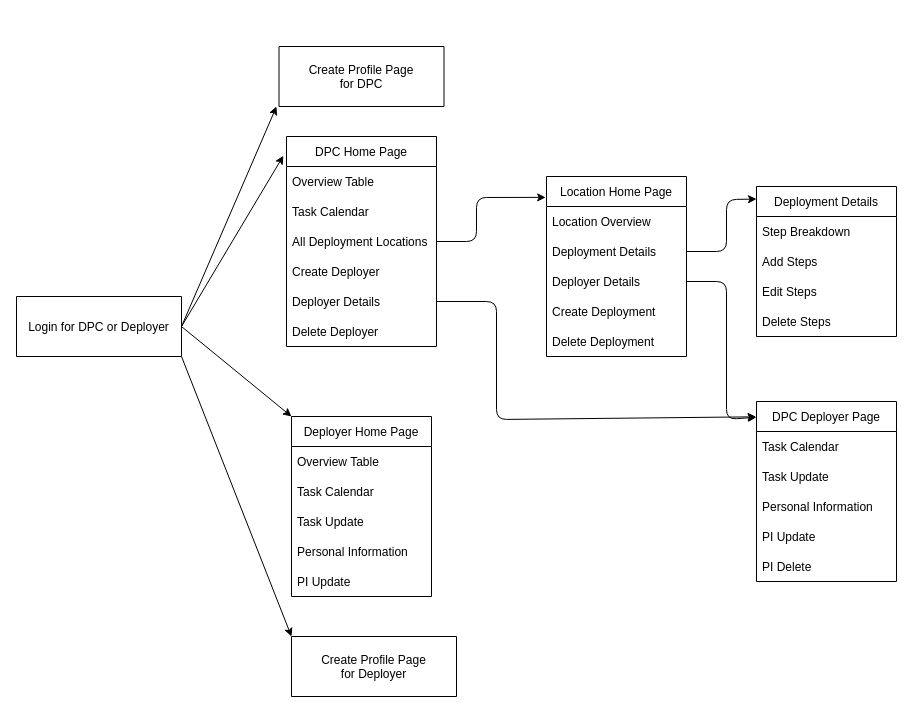
Earlier version of the draw.io diagram Components.drawio (wmalott23/Capstone). Source tidied: cells renumbered, new cells numbered last; positions are measured from the earlier drawing's top-left corner, leaving out a move shared by most shapes. Both pictures are drawn from the tidied source at 100%, with x=0, y=0 at pixel (16, 46).
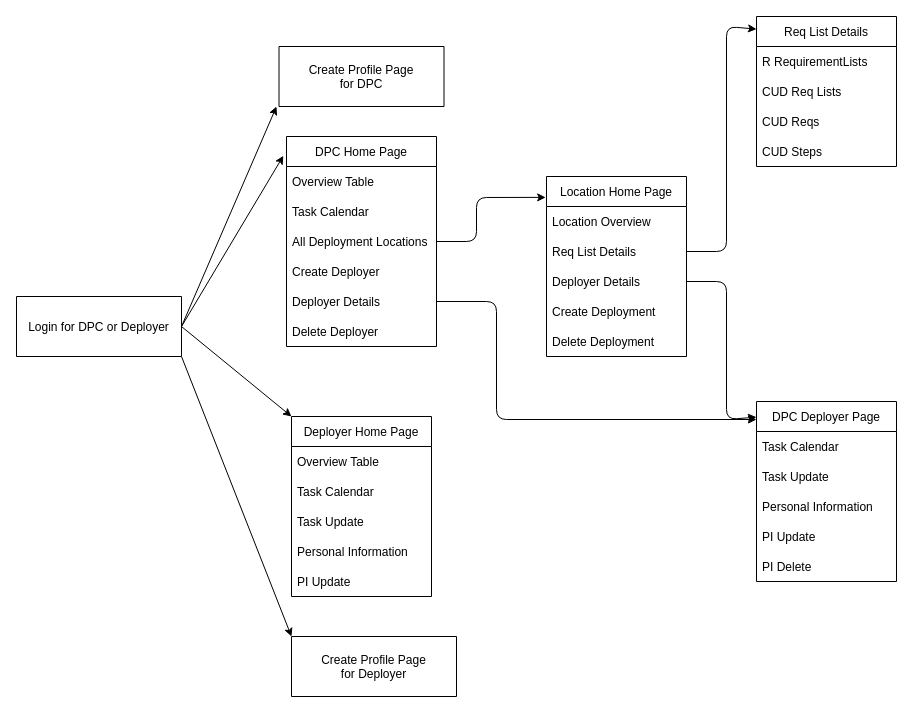
The same page after the edit.

Commit message (it also covers changes not shown here):
Created new components for the requirement Breakdown page

The change refers to these unchanged cells:
```xml
<mxCell id="13" value="Deployer Details" style="text;strokeColor=none;fillColor=none;align=left;verticalAlign=middle;spacingLeft=4;spacingRight=4;overflow=hidden;points=[[0,0.5],[1,0.5]];portConstraint=eastwest;" parent="8" vertex="1">
  <mxGeometry y="150" width="150" height="30" as="geometry" />
</mxCell>
<mxCell id="21" value="Location Home Page" style="swimlane;fontStyle=0;horizontal=1;startSize=30;" parent="1" vertex="1">
  <mxGeometry x="530" y="130" width="140" height="180" as="geometry" />
</mxCell>
<mxCell id="28" value="DPC Deployer Page" style="swimlane;fontStyle=0;horizontal=1;startSize=30;" parent="1" vertex="1">
  <mxGeometry x="740" y="355" width="140" height="180" as="geometry" />
</mxCell>
```

What changed in the source:
```diff
@@
-    <mxCell id="23" value="Deployment Details" style="text;strokeColor=none;fillColor=none;align=left;verticalAlign=middle;spacingLeft=4;spacingRight=4;overflow=hidden;points=[[0,0.5],[1,0.5]];portConstraint=eastwest;" parent="21" vertex="1">
+    <mxCell id="23" value="Req List Details" style="text;strokeColor=none;fillColor=none;align=left;verticalAlign=middle;spacingLeft=4;spacingRight=4;overflow=hidden;points=[[0,0.5],[1,0.5]];portConstraint=eastwest;" parent="21" vertex="1">
       <mxGeometry y="60" width="140" height="30" as="geometry" />
     </mxCell>
@@
-    <mxCell id="34" value="Deployment Details" style="swimlane;fontStyle=0;horizontal=1;startSize=30;" parent="1" vertex="1">
-      <mxGeometry x="740" y="140" width="140" height="150" as="geometry" />
+    <mxCell id="34" value="Req List Details" style="swimlane;fontStyle=0;horizontal=1;startSize=30;" parent="1" vertex="1">
+      <mxGeometry x="740" y="-30" width="140" height="150" as="geometry" />
     </mxCell>
-    <mxCell id="35" value="Step Breakdown" style="text;strokeColor=none;fillColor=none;align=left;verticalAlign=middle;spacingLeft=4;spacingRight=4;overflow=hidden;" parent="34" vertex="1">
+    <mxCell id="35" value="R RequirementLists" style="text;strokeColor=none;fillColor=none;align=left;verticalAlign=middle;spacingLeft=4;spacingRight=4;overflow=hidden;" parent="34" vertex="1">
       <mxGeometry y="30" width="140" height="30" as="geometry" />
     </mxCell>
-    <mxCell id="36" value="Add Steps" style="text;strokeColor=none;fillColor=none;align=left;verticalAlign=middle;spacingLeft=4;spacingRight=4;overflow=hidden;" parent="34" vertex="1">
+    <mxCell id="36" value="CUD Req Lists" style="text;strokeColor=none;fillColor=none;align=left;verticalAlign=middle;spacingLeft=4;spacingRight=4;overflow=hidden;" parent="34" vertex="1">
       <mxGeometry y="60" width="140" height="30" as="geometry" />
     </mxCell>
-    <mxCell id="37" value="Edit Steps" style="text;strokeColor=none;fillColor=none;align=left;verticalAlign=middle;spacingLeft=4;spacingRight=4;overflow=hidden;" parent="34" vertex="1">
-      <mxGeometry y="90" width="140" height="30" as="geometry" />
-    </mxCell>
-    <mxCell id="38" value="Delete Steps" style="text;strokeColor=none;fillColor=none;align=left;verticalAlign=middle;spacingLeft=4;spacingRight=4;overflow=hidden;" parent="34" vertex="1">
-      <mxGeometry y="120" width="140" height="30" as="geometry" />
-    </mxCell>
+    <mxCell id="43" value="CUD Reqs" style="text;strokeColor=none;fillColor=none;align=left;verticalAlign=middle;spacingLeft=4;spacingRight=4;overflow=hidden;" parent="34" vertex="1">
+      <mxGeometry y="90" width="140" height="30" as="geometry" />
+    </mxCell>
+    <mxCell id="44" value="CUD Steps" style="text;strokeColor=none;fillColor=none;align=left;verticalAlign=middle;spacingLeft=4;spacingRight=4;overflow=hidden;" parent="34" vertex="1">
+      <mxGeometry y="120" width="140" height="30" as="geometry" />
+    </mxCell>
     <mxCell id="39" style="edgeStyle=none;html=1;exitX=1;exitY=0.5;exitDx=0;exitDy=0;entryX=0;entryY=0.084;entryDx=0;entryDy=0;entryPerimeter=0;" parent="1" edge="1" source="23" target="34">
       <mxGeometry relative="1" as="geometry">
         <Array as="points">
           <mxPoint x="710" y="205" />
-          <mxPoint x="710" y="153" />
+          <mxPoint x="710" y="-20" />
         </Array>
       </mxGeometry>
     </mxCell>
-    <mxCell id="40" style="edgeStyle=none;html=1;exitX=1;exitY=0.5;exitDx=0;exitDy=0;entryX=-0.003;entryY=0.085;entryDx=0;entryDy=0;entryPerimeter=0;" parent="1" edge="1" source="13" target="28">
+    <mxCell id="40" style="edgeStyle=none;html=1;exitX=1;exitY=0.5;exitDx=0;exitDy=0;" parent="1" edge="1" source="13">
       <mxGeometry relative="1" as="geometry">
+        <mxPoint x="740" y="373" as="targetPoint" />
         <Array as="points">
           <mxPoint x="480" y="255" />
           <mxPoint x="480" y="373" />
         </Array>
       </mxGeometry>
     </mxCell>
```
